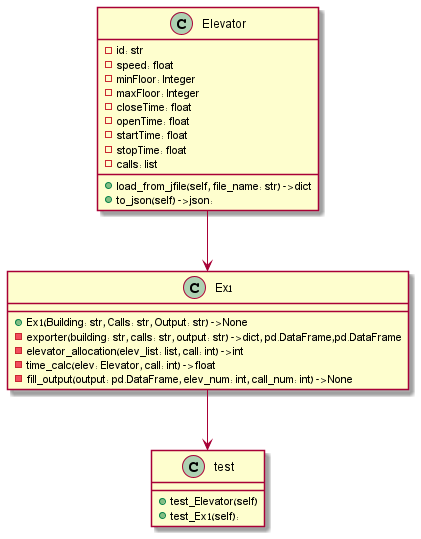
Above: UML_img.png in haimgoldfisher/OOP_ex1 (PlantUML), before the change.
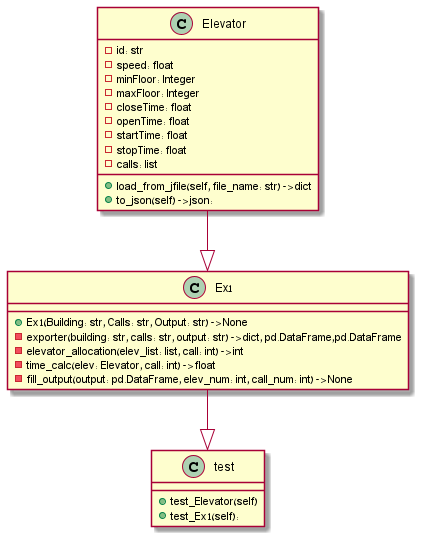
After the commit.

What changed in the source:
```diff
@@ -31,7 +31,7 @@
     + test_Ex1(self):
 }
 
-Elevator --> Ex1
-Ex1 --> test
+Elevator --|> Ex1
+Ex1 --|> test
 
 @enduml
```
